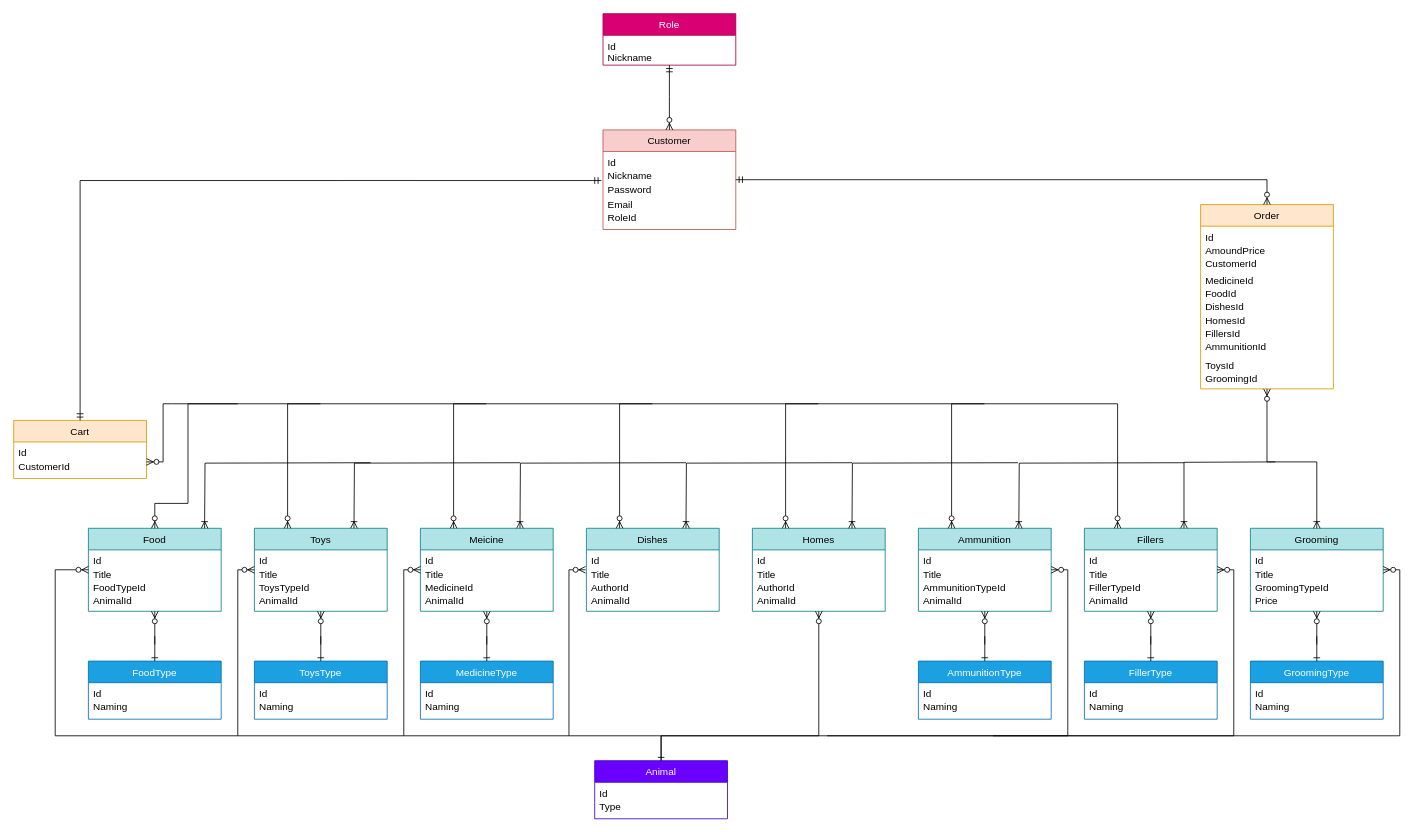
The draw.io diagram pet_shop_diagram.drawio in Chaisy/Pet_Store, before the edit. Source tidied: cells renumbered, new cells numbered last; positions are measured from the earlier drawing's top-left corner, leaving out a move shared by most shapes. Both pictures are drawn from the tidied source at 83%, with x=0, y=0 at pixel (13, 13).
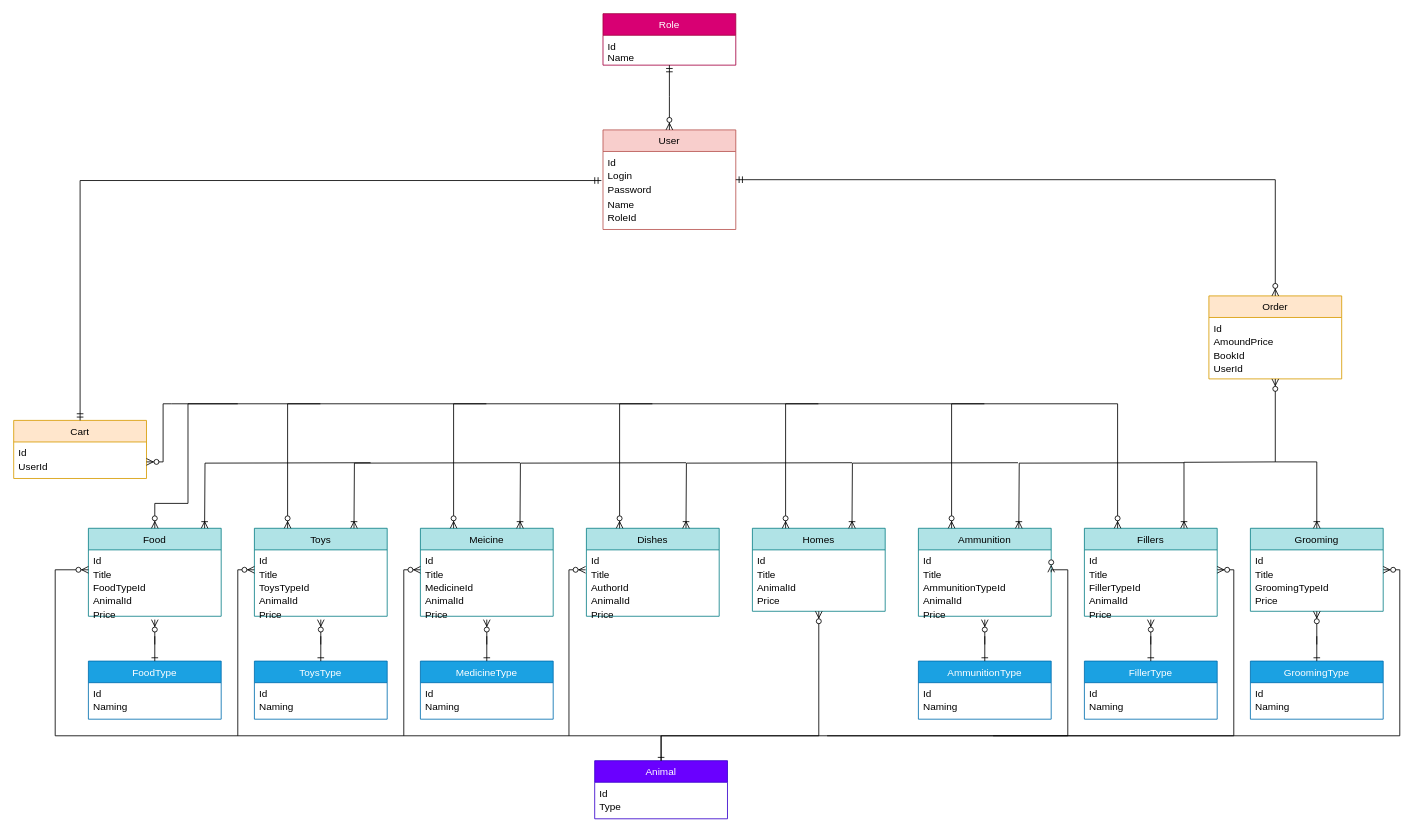
The same diagram, later.

Unchanged cells that the change refers to:
```xml
<mxCell id="25" value="Cart" style="swimlane;fontStyle=0;align=center;verticalAlign=top;horizontal=1;startSize=26;rounded=0;shadow=0;strokeWidth=1;fillColor=#ffe6cc;strokeColor=#d79b00;" parent="1" vertex="1">
  <mxGeometry y="490" width="160" height="70" as="geometry" />
</mxCell>
<mxCell id="28" value="Role" style="swimlane;fontStyle=0;align=center;verticalAlign=top;horizontal=1;startSize=26;rounded=0;shadow=0;strokeWidth=1;fillColor=#d80073;strokeColor=#A50040;fontColor=#ffffff;" parent="1" vertex="1">
  <mxGeometry x="710" width="160" height="62" as="geometry" />
</mxCell>
<mxCell id="52" value="Homes" style="swimlane;fontStyle=0;align=center;verticalAlign=top;horizontal=1;startSize=26;rounded=0;shadow=0;strokeWidth=1;fillColor=#b0e3e6;strokeColor=#0e8088;" parent="1" vertex="1">
  <mxGeometry x="890" y="620" width="160" height="100" as="geometry" />
</mxCell>
<mxCell id="62" value="Grooming" style="swimlane;fontStyle=0;align=center;verticalAlign=top;horizontal=1;startSize=26;rounded=0;shadow=0;strokeWidth=1;fillColor=#b0e3e6;strokeColor=#0e8088;" parent="1" vertex="1">
  <mxGeometry x="1490" y="620" width="160" height="100" as="geometry" />
</mxCell>
```

Change to the diagram source:
```diff
@@
-    <mxCell id="2" value="Customer" style="swimlane;fontStyle=0;align=center;verticalAlign=top;horizontal=1;startSize=26;rounded=0;shadow=0;strokeWidth=1;fillColor=#f8cecc;strokeColor=#b85450;" parent="1" vertex="1">
+    <mxCell id="2" value="User" style="swimlane;fontStyle=0;align=center;verticalAlign=top;horizontal=1;startSize=26;rounded=0;shadow=0;strokeWidth=1;fillColor=#f8cecc;strokeColor=#b85450;" parent="1" vertex="1">
       <mxGeometry x="710" y="140" width="160" height="120" as="geometry" />
     </mxCell>
@@
-    <mxCell id="4" value="Nickname" style="text;align=left;verticalAlign=top;spacingLeft=4;spacingRight=4;overflow=hidden;rounded=0;shadow=0;html=0;" parent="2" vertex="1">
+    <mxCell id="4" value="Login &#10;" style="text;align=left;verticalAlign=top;spacingLeft=4;spacingRight=4;overflow=hidden;rounded=0;shadow=0;html=0;" parent="2" vertex="1">
       <mxGeometry y="42" width="160" height="16" as="geometry" />
     </mxCell>
@@
-    <mxCell id="6" value="Email" style="text;align=left;verticalAlign=top;spacingLeft=4;spacingRight=4;overflow=hidden;" parent="2" vertex="1">
+    <mxCell id="6" value="Name " style="text;align=left;verticalAlign=top;spacingLeft=4;spacingRight=4;overflow=hidden;" parent="2" vertex="1">
       <mxGeometry y="76" width="160" height="16" as="geometry" />
     </mxCell>
@@
     <mxCell id="8" value="Order" style="swimlane;fontStyle=0;align=center;verticalAlign=top;horizontal=1;startSize=26;rounded=0;shadow=0;strokeWidth=1;fillColor=#ffe6cc;strokeColor=#d79b00;" parent="1" vertex="1">
-      <mxGeometry x="1430" y="230" width="160" height="222" as="geometry" />
+      <mxGeometry x="1440" y="340" width="160" height="100" as="geometry" />
     </mxCell>
@@
+    <mxCell id="12" value="BookId" style="text;align=left;verticalAlign=top;spacingLeft=4;spacingRight=4;overflow=hidden;rounded=0;shadow=0;html=0;" parent="8" vertex="1">
+      <mxGeometry y="58" width="160" height="16" as="geometry" />
+    </mxCell>
-    <mxCell id="11" value="CustomerId" style="text;align=left;verticalAlign=top;spacingLeft=4;spacingRight=4;overflow=hidden;rounded=0;shadow=0;html=0;" parent="8" vertex="1">
-      <mxGeometry y="58" width="160" height="20" as="geometry" />
+    <mxCell id="11" value="UserId" style="text;align=left;verticalAlign=top;spacingLeft=4;spacingRight=4;overflow=hidden;rounded=0;shadow=0;html=0;" parent="8" vertex="1">
+      <mxGeometry y="74" width="160" height="20" as="geometry" />
     </mxCell>
-    <mxCell id="12" value="MedicineId" style="text;align=left;verticalAlign=top;spacingLeft=4;spacingRight=4;overflow=hidden;rounded=0;shadow=0;html=0;" parent="8" vertex="1">
-      <mxGeometry y="78" width="160" height="16" as="geometry" />
-    </mxCell>
-    <mxCell id="13" value="FoodId" style="text;align=left;verticalAlign=top;spacingLeft=4;spacingRight=4;overflow=hidden;rounded=0;shadow=0;html=0;" parent="8" vertex="1">
-      <mxGeometry y="94" width="160" height="16" as="geometry" />
-    </mxCell>
-    <mxCell id="14" value="DishesId" style="text;align=left;verticalAlign=top;spacingLeft=4;spacingRight=4;overflow=hidden;rounded=0;shadow=0;html=0;" parent="8" vertex="1">
-      <mxGeometry y="110" width="160" height="16" as="geometry" />
-    </mxCell>
-    <mxCell id="15" value="HomesId" style="text;align=left;verticalAlign=top;spacingLeft=4;spacingRight=4;overflow=hidden;rounded=0;shadow=0;html=0;" parent="8" vertex="1">
-      <mxGeometry y="126" width="160" height="16" as="geometry" />
-    </mxCell>
-    <mxCell id="16" value="FillersId" style="text;align=left;verticalAlign=top;spacingLeft=4;spacingRight=4;overflow=hidden;rounded=0;shadow=0;html=0;" parent="8" vertex="1">
-      <mxGeometry y="142" width="160" height="16" as="geometry" />
-    </mxCell>
-    <mxCell id="17" value="AmmunitionId" style="text;align=left;verticalAlign=top;spacingLeft=4;spacingRight=4;overflow=hidden;rounded=0;shadow=0;html=0;" parent="8" vertex="1">
-      <mxGeometry y="158" width="160" height="22" as="geometry" />
-    </mxCell>
-    <mxCell id="18" value="ToysId" style="text;align=left;verticalAlign=top;spacingLeft=4;spacingRight=4;overflow=hidden;rounded=0;shadow=0;html=0;" parent="8" vertex="1">
-      <mxGeometry y="180" width="160" height="16" as="geometry" />
-    </mxCell>
-    <mxCell id="19" value="GroomingId" style="text;align=left;verticalAlign=top;spacingLeft=4;spacingRight=4;overflow=hidden;rounded=0;shadow=0;html=0;" parent="8" vertex="1">
-      <mxGeometry y="196" width="160" height="16" as="geometry" />
-    </mxCell>
     <mxCell id="20" value="Food" style="swimlane;fontStyle=0;align=center;verticalAlign=top;horizontal=1;startSize=26;rounded=0;shadow=0;strokeWidth=1;fillColor=#b0e3e6;strokeColor=#0e8088;" parent="1" vertex="1">
-      <mxGeometry x="90" y="620" width="160" height="100" as="geometry" />
+      <mxGeometry x="90" y="620" width="160" height="106" as="geometry" />
     </mxCell>
@@
+    <mxCell id="126" value="Price" style="text;align=left;verticalAlign=top;spacingLeft=4;spacingRight=4;overflow=hidden;rounded=0;shadow=0;html=0;" parent="20" vertex="1">
+      <mxGeometry y="90" width="160" height="16" as="geometry" />
+    </mxCell>
@@
-    <mxCell id="27" value="CustomerId" style="text;align=left;verticalAlign=top;spacingLeft=4;spacingRight=4;overflow=hidden;points=[[0,0.5],[1,0.5]];portConstraint=eastwest;rounded=0;shadow=0;html=0;" parent="25" vertex="1">
+    <mxCell id="27" value="UserId" style="text;align=left;verticalAlign=top;spacingLeft=4;spacingRight=4;overflow=hidden;points=[[0,0.5],[1,0.5]];portConstraint=eastwest;rounded=0;shadow=0;html=0;" parent="25" vertex="1">
       <mxGeometry y="42" width="160" height="16" as="geometry" />
     </mxCell>
@@
-    <mxCell id="30" value="Nickname" style="text;align=left;verticalAlign=top;spacingLeft=4;spacingRight=4;overflow=hidden;" parent="28" vertex="1">
+    <mxCell id="30" value="Name " style="text;align=left;verticalAlign=top;spacingLeft=4;spacingRight=4;overflow=hidden;" parent="28" vertex="1">
       <mxGeometry y="40" width="160" height="16" as="geometry" />
     </mxCell>
@@
     <mxCell id="32" value="Fillers" style="swimlane;fontStyle=0;align=center;verticalAlign=top;horizontal=1;startSize=26;rounded=0;shadow=0;strokeWidth=1;fillColor=#b0e3e6;strokeColor=#0e8088;" parent="1" vertex="1">
-      <mxGeometry x="1290" y="620" width="160" height="100" as="geometry" />
+      <mxGeometry x="1290" y="620" width="160" height="106" as="geometry" />
     </mxCell>
@@
+    <mxCell id="127" value="Price" style="text;align=left;verticalAlign=top;spacingLeft=4;spacingRight=4;overflow=hidden;rounded=0;shadow=0;html=0;" parent="32" vertex="1">
+      <mxGeometry y="90" width="160" height="16" as="geometry" />
+    </mxCell>
     <mxCell id="37" value="Toys" style="swimlane;fontStyle=0;align=center;verticalAlign=top;horizontal=1;startSize=26;rounded=0;shadow=0;strokeWidth=1;fillColor=#b0e3e6;strokeColor=#0e8088;" parent="1" vertex="1">
-      <mxGeometry x="290" y="620" width="160" height="100" as="geometry" />
+      <mxGeometry x="290" y="620" width="160" height="106" as="geometry" />
     </mxCell>
@@
+    <mxCell id="128" value="Price" style="text;align=left;verticalAlign=top;spacingLeft=4;spacingRight=4;overflow=hidden;rounded=0;shadow=0;html=0;" parent="37" vertex="1">
+      <mxGeometry y="90" width="160" height="16" as="geometry" />
+    </mxCell>
     <mxCell id="42" value="Meicine" style="swimlane;fontStyle=0;align=center;verticalAlign=top;horizontal=1;startSize=26;rounded=0;shadow=0;strokeWidth=1;fillColor=#b0e3e6;strokeColor=#0e8088;" parent="1" vertex="1">
-      <mxGeometry x="490" y="620" width="160" height="100" as="geometry" />
+      <mxGeometry x="490" y="620" width="160" height="106" as="geometry" />
     </mxCell>
@@
+    <mxCell id="129" value="Price" style="text;align=left;verticalAlign=top;spacingLeft=4;spacingRight=4;overflow=hidden;rounded=0;shadow=0;html=0;" parent="42" vertex="1">
+      <mxGeometry y="90" width="160" height="16" as="geometry" />
+    </mxCell>
     <mxCell id="47" value="Dishes" style="swimlane;fontStyle=0;align=center;verticalAlign=top;horizontal=1;startSize=26;rounded=0;shadow=0;strokeWidth=1;fillColor=#b0e3e6;strokeColor=#0e8088;" parent="1" vertex="1">
-      <mxGeometry x="690" y="620" width="160" height="100" as="geometry" />
+      <mxGeometry x="690" y="620" width="160" height="106" as="geometry" />
     </mxCell>
@@
+    <mxCell id="130" value="Price" style="text;align=left;verticalAlign=top;spacingLeft=4;spacingRight=4;overflow=hidden;rounded=0;shadow=0;html=0;" parent="47" vertex="1">
+      <mxGeometry y="90" width="160" height="16" as="geometry" />
+    </mxCell>
@@
-    <mxCell id="55" value="AuthorId" style="text;align=left;verticalAlign=top;spacingLeft=4;spacingRight=4;overflow=hidden;rounded=0;shadow=0;html=0;" parent="52" vertex="1">
-      <mxGeometry y="58" width="160" height="16" as="geometry" />
-    </mxCell>
     <mxCell id="56" value="AnimalId" style="text;align=left;verticalAlign=top;spacingLeft=4;spacingRight=4;overflow=hidden;rounded=0;shadow=0;html=0;" parent="52" vertex="1">
-      <mxGeometry y="74" width="160" height="16" as="geometry" />
+      <mxGeometry y="58" width="160" height="16" as="geometry" />
     </mxCell>
+    <mxCell id="131" value="Price" style="text;align=left;verticalAlign=top;spacingLeft=4;spacingRight=4;overflow=hidden;rounded=0;shadow=0;html=0;" parent="52" vertex="1">
+      <mxGeometry y="74" width="160" height="16" as="geometry" />
+    </mxCell>
     <mxCell id="57" value="Ammunition" style="swimlane;fontStyle=0;align=center;verticalAlign=top;horizontal=1;startSize=26;rounded=0;shadow=0;strokeWidth=1;fillColor=#b0e3e6;strokeColor=#0e8088;" parent="1" vertex="1">
-      <mxGeometry x="1090" y="620" width="160" height="100" as="geometry" />
+      <mxGeometry x="1090" y="620" width="160" height="106" as="geometry" />
     </mxCell>
@@
+    <mxCell id="132" value="Price" style="text;align=left;verticalAlign=top;spacingLeft=4;spacingRight=4;overflow=hidden;rounded=0;shadow=0;html=0;" parent="57" vertex="1">
+      <mxGeometry y="90" width="160" height="16" as="geometry" />
+    </mxCell>
@@
-    <mxCell id="75" style="fontSize=12;html=1;endArrow=ERzeroToMany;endFill=1;rounded=0;entryX=0.5;entryY=1;entryDx=0;entryDy=0;" parent="1" edge="1">
+    <mxCell id="75" style="fontSize=12;html=1;endArrow=ERzeroToMany;endFill=1;rounded=0;" parent="1" edge="1">
       <mxGeometry relative="1" as="geometry">
         <mxPoint x="1370" y="760" as="sourcePoint" />
-        <mxPoint x="1370" y="720" as="targetPoint" />
+        <mxPoint x="1370" y="730" as="targetPoint" />
       </mxGeometry>
     </mxCell>
@@
-    <mxCell id="80" style="fontSize=12;html=1;endArrow=ERzeroToMany;endFill=1;rounded=0;entryX=0.5;entryY=1;entryDx=0;entryDy=0;" parent="1" edge="1">
+    <mxCell id="80" style="fontSize=12;html=1;endArrow=ERzeroToMany;endFill=1;rounded=0;" parent="1" edge="1">
       <mxGeometry relative="1" as="geometry">
         <mxPoint x="1170" y="760" as="sourcePoint" />
-        <mxPoint x="1170" y="720" as="targetPoint" />
+        <mxPoint x="1170" y="730" as="targetPoint" />
       </mxGeometry>
     </mxCell>
@@
-    <mxCell id="85" style="fontSize=12;html=1;endArrow=ERzeroToMany;endFill=1;rounded=0;entryX=0.5;entryY=1;entryDx=0;entryDy=0;" parent="1" edge="1">
+    <mxCell id="85" style="fontSize=12;html=1;endArrow=ERzeroToMany;endFill=1;rounded=0;" parent="1" edge="1">
       <mxGeometry relative="1" as="geometry">
         <mxPoint x="570" y="760" as="sourcePoint" />
-        <mxPoint x="570" y="720" as="targetPoint" />
+        <mxPoint x="570" y="730" as="targetPoint" />
       </mxGeometry>
     </mxCell>
@@
-    <mxCell id="90" style="fontSize=12;html=1;endArrow=ERzeroToMany;endFill=1;rounded=0;entryX=0.5;entryY=1;entryDx=0;entryDy=0;" parent="1" edge="1">
+    <mxCell id="90" style="fontSize=12;html=1;endArrow=ERzeroToMany;endFill=1;rounded=0;" parent="1" edge="1">
       <mxGeometry relative="1" as="geometry">
         <mxPoint x="170" y="760" as="sourcePoint" />
-        <mxPoint x="170" y="720" as="targetPoint" />
+        <mxPoint x="170" y="730" as="targetPoint" />
       </mxGeometry>
     </mxCell>
@@
-    <mxCell id="95" style="fontSize=12;html=1;endArrow=ERzeroToMany;endFill=1;rounded=0;entryX=0.5;entryY=1;entryDx=0;entryDy=0;" parent="1" edge="1">
+    <mxCell id="95" style="fontSize=12;html=1;endArrow=ERzeroToMany;endFill=1;rounded=0;" parent="1" edge="1">
       <mxGeometry relative="1" as="geometry">
         <mxPoint x="370" y="760" as="sourcePoint" />
-        <mxPoint x="370" y="720" as="targetPoint" />
+        <mxPoint x="370" y="730" as="targetPoint" />
       </mxGeometry>
     </mxCell>
@@
     <mxCell id="118" style="edgeStyle=orthogonalEdgeStyle;fontSize=12;html=1;endArrow=ERoneToMany;startArrow=ERzeroToMany;rounded=0;entryX=0.5;entryY=0;entryDx=0;entryDy=0;exitX=0.5;exitY=1;exitDx=0;exitDy=0;" parent="1" edge="1" source="8" target="62">
       <mxGeometry relative="1" as="geometry">
         <Array as="points">
-          <mxPoint x="1510" y="540" />
+          <mxPoint x="1520" y="540" />
           <mxPoint x="1570" y="540" />
         </Array>
       </mxGeometry>
     </mxCell>
```
